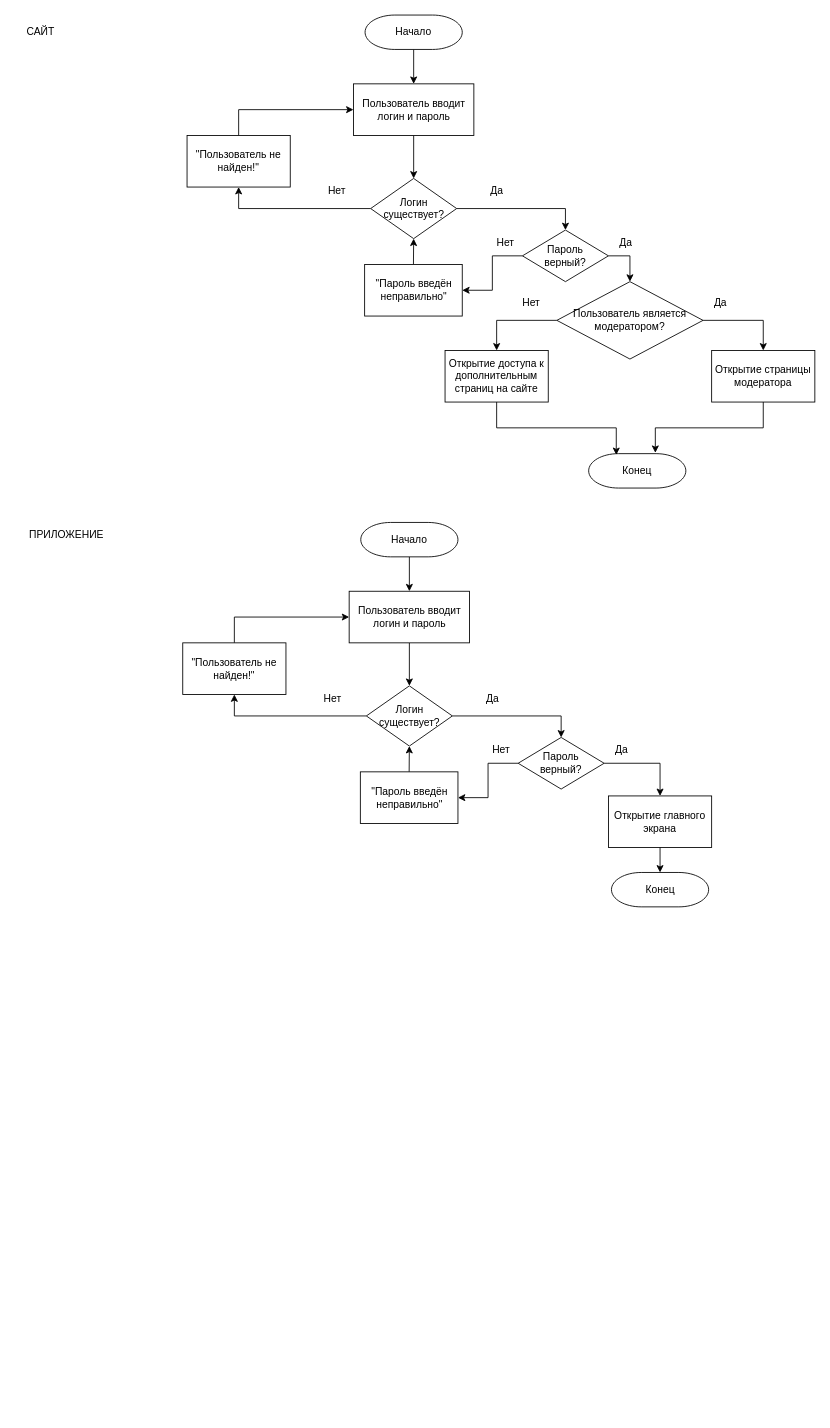
Earlier version of the draw.io diagram page "Base 1.1" (4 of 17) of img/Диаграмма без названия.drawio (Discordiks/Pink_girls). Source tidied: cells renumbered, new cells numbered last; positions are measured from the earlier drawing's top-left corner, leaving out a move shared by most shapes. Both pictures are drawn from the tidied source at 86%, with x=0, y=0 at pixel (15, 15).
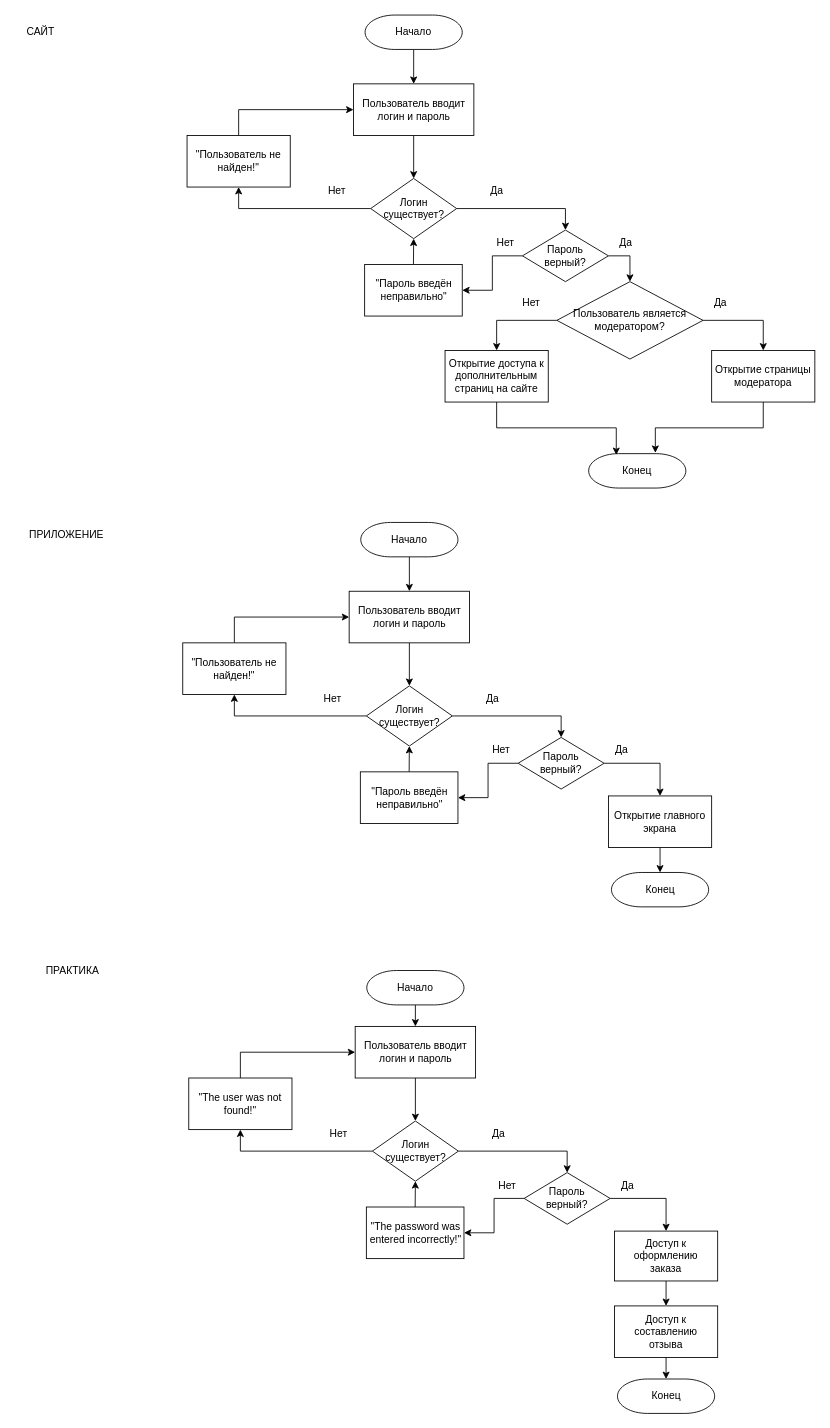
The same page after the edit.

What changed in the source:
```diff
@@
+    <mxCell id="53" value="ПРАКТИКА" style="text;html=1;align=center;verticalAlign=middle;whiteSpace=wrap;rounded=0;" parent="1" vertex="1">
+      <mxGeometry x="17" y="1096" width="100" height="30" as="geometry" />
+    </mxCell>
+    <mxCell id="54" style="edgeStyle=orthogonalEdgeStyle;rounded=0;jettySize=auto;html=1;exitX=0.5;exitY=1;exitDx=0;exitDy=0;exitPerimeter=0;entryX=0.5;entryY=0;entryDx=0;entryDy=0;" parent="1" edge="1" source="55" target="57">
+      <mxGeometry relative="1" as="geometry" />
+    </mxCell>
+    <mxCell id="55" value="Начало" style="strokeWidth=1;html=1;shape=mxgraph.flowchart.terminator;whiteSpace=wrap;" parent="1" vertex="1">
+      <mxGeometry x="409" y="1111" width="113" height="40" as="geometry" />
+    </mxCell>
+    <mxCell id="56" style="edgeStyle=orthogonalEdgeStyle;rounded=0;jettySize=auto;html=1;entryX=0.5;entryY=0;entryDx=0;entryDy=0;exitX=0.5;exitY=1;exitDx=0;exitDy=0;" parent="1" edge="1" source="57" target="60">
+      <mxGeometry relative="1" as="geometry" />
+    </mxCell>
+    <mxCell id="57" value="Пользователь вводит логин и пароль" style="rounded=0;whiteSpace=wrap;html=1;" parent="1" vertex="1">
+      <mxGeometry x="395.5" y="1176" width="140" height="60" as="geometry" />
+    </mxCell>
+    <mxCell id="58" style="edgeStyle=orthogonalEdgeStyle;rounded=0;jettySize=auto;html=1;entryX=0.5;entryY=1;entryDx=0;entryDy=0;" parent="1" edge="1" source="60" target="62">
+      <mxGeometry relative="1" as="geometry" />
+    </mxCell>
+    <mxCell id="59" style="edgeStyle=orthogonalEdgeStyle;rounded=0;jettySize=auto;html=1;exitX=1;exitY=0.5;exitDx=0;exitDy=0;entryX=0.5;entryY=0;entryDx=0;entryDy=0;" parent="1" edge="1" source="60" target="65">
+      <mxGeometry relative="1" as="geometry" />
+    </mxCell>
+    <mxCell id="60" value="Логин существует?" style="rhombus;whiteSpace=wrap;html=1;" parent="1" vertex="1">
+      <mxGeometry x="415.5" y="1286" width="100" height="70" as="geometry" />
+    </mxCell>
+    <mxCell id="61" style="edgeStyle=orthogonalEdgeStyle;rounded=0;jettySize=auto;html=1;exitX=0.5;exitY=0;exitDx=0;exitDy=0;entryX=0;entryY=0.5;entryDx=0;entryDy=0;" parent="1" edge="1" source="62" target="57">
+      <mxGeometry relative="1" as="geometry" />
+    </mxCell>
+    <mxCell id="62" value="&quot;The user was not found!&quot;" style="rounded=0;whiteSpace=wrap;html=1;" parent="1" vertex="1">
+      <mxGeometry x="202" y="1236" width="120" height="60" as="geometry" />
+    </mxCell>
+    <mxCell id="63" style="edgeStyle=orthogonalEdgeStyle;rounded=0;jettySize=auto;html=1;exitX=0;exitY=0.5;exitDx=0;exitDy=0;entryX=1;entryY=0.5;entryDx=0;entryDy=0;" parent="1" edge="1" source="65" target="67">
+      <mxGeometry relative="1" as="geometry" />
+    </mxCell>
+    <mxCell id="64" style="edgeStyle=orthogonalEdgeStyle;rounded=0;jettySize=auto;html=1;entryX=0.5;entryY=0;entryDx=0;entryDy=0;" parent="1" edge="1" source="65" target="68">
+      <mxGeometry relative="1" as="geometry" />
+    </mxCell>
+    <mxCell id="65" value="&lt;div&gt;Пароль&lt;/div&gt;&lt;div&gt;верный?&lt;/div&gt;" style="rhombus;whiteSpace=wrap;html=1;" parent="1" vertex="1">
+      <mxGeometry x="592" y="1346" width="100" height="60" as="geometry" />
+    </mxCell>
+    <mxCell id="66" style="edgeStyle=orthogonalEdgeStyle;rounded=0;jettySize=auto;html=1;exitX=0.5;exitY=0;exitDx=0;exitDy=0;entryX=0.5;entryY=1;entryDx=0;entryDy=0;" parent="1" edge="1" source="67" target="60">
+      <mxGeometry relative="1" as="geometry" />
+    </mxCell>
+    <mxCell id="67" value="&quot;&lt;span style=&quot;white-space: pre-wrap;&quot;&gt;The &lt;/span&gt;&lt;span style=&quot;white-space: pre-wrap;&quot; class=&quot;aNeGP0gI0B9AV8JaHPyH&quot;&gt;password&lt;/span&gt;&lt;span style=&quot;white-space: pre-wrap;&quot;&gt; was &lt;/span&gt;&lt;span style=&quot;white-space: pre-wrap;&quot; class=&quot;aNeGP0gI0B9AV8JaHPyH&quot;&gt;entered&lt;/span&gt;&lt;span style=&quot;white-space: pre-wrap;&quot;&gt; &lt;/span&gt;&lt;span style=&quot;white-space: pre-wrap;&quot; class=&quot;aNeGP0gI0B9AV8JaHPyH&quot;&gt;incorrectly!&lt;/span&gt;&quot;" style="rounded=0;whiteSpace=wrap;html=1;" parent="1" vertex="1">
+      <mxGeometry x="408.5" y="1386" width="113.5" height="60" as="geometry" />
+    </mxCell>
+    <mxCell id="68" value="&lt;div&gt;Доступ к оформлению&lt;/div&gt;&lt;div&gt;заказа &lt;/div&gt;" style="rounded=0;whiteSpace=wrap;html=1;" parent="1" vertex="1">
+      <mxGeometry x="697" y="1414" width="120" height="58" as="geometry" />
+    </mxCell>
+    <mxCell id="69" value="Нет" style="text;html=1;align=center;verticalAlign=middle;strokeColor=none;fillColor=none;" parent="1" vertex="1">
+      <mxGeometry x="355.5" y="1286" width="40" height="30" as="geometry" />
+    </mxCell>
+    <mxCell id="70" value="Да" style="text;html=1;align=center;verticalAlign=middle;strokeColor=none;fillColor=none;" parent="1" vertex="1">
+      <mxGeometry x="542" y="1286" width="40" height="30" as="geometry" />
+    </mxCell>
+    <mxCell id="71" value="Нет" style="text;html=1;align=center;verticalAlign=middle;strokeColor=none;fillColor=none;" parent="1" vertex="1">
+      <mxGeometry x="552" y="1346" width="40" height="30" as="geometry" />
+    </mxCell>
+    <mxCell id="72" value="Да" style="text;html=1;align=center;verticalAlign=middle;strokeColor=none;fillColor=none;" parent="1" vertex="1">
+      <mxGeometry x="692" y="1346" width="40" height="30" as="geometry" />
+    </mxCell>
+    <mxCell id="73" value="Конец" style="strokeWidth=1;html=1;shape=mxgraph.flowchart.terminator;whiteSpace=wrap;" parent="1" vertex="1">
+      <mxGeometry x="700.5" y="1586" width="113" height="40" as="geometry" />
+    </mxCell>
+    <mxCell id="74" style="edgeStyle=orthogonalEdgeStyle;rounded=0;jettySize=auto;html=1;exitX=0.5;exitY=1;exitDx=0;exitDy=0;entryX=0.5;entryY=0;entryDx=0;entryDy=0;" parent="1" edge="1" source="68" target="75">
+      <mxGeometry relative="1" as="geometry" />
+    </mxCell>
+    <mxCell id="75" value="&lt;div&gt;Доступ к составлению&lt;/div&gt;&lt;div&gt;отзыва&lt;/div&gt;" style="rounded=0;whiteSpace=wrap;html=1;" parent="1" vertex="1">
+      <mxGeometry x="697" y="1501" width="120" height="60" as="geometry" />
+    </mxCell>
+    <mxCell id="76" style="edgeStyle=orthogonalEdgeStyle;rounded=0;jettySize=auto;html=1;exitX=0.5;exitY=1;exitDx=0;exitDy=0;entryX=0.5;entryY=0;entryDx=0;entryDy=0;entryPerimeter=0;" parent="1" edge="1" source="75" target="73">
+      <mxGeometry relative="1" as="geometry" />
+    </mxCell>
```
